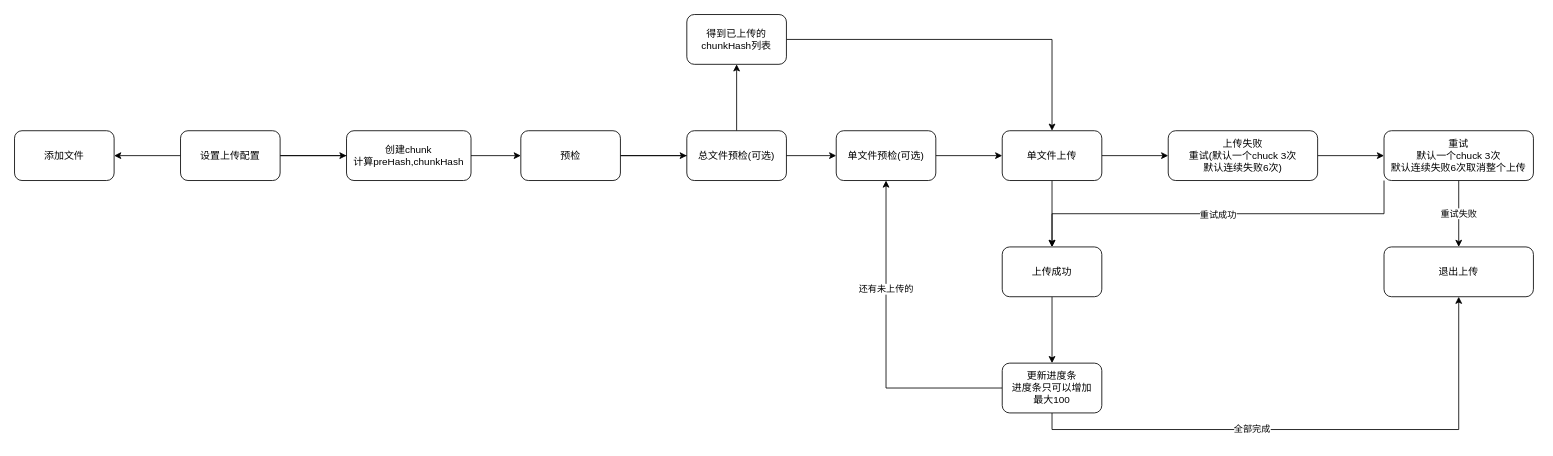
The draw.io diagram 切片上传流程图.drawio in ywenhao/assets, before the edit. Source tidied: cells renumbered, new cells numbered last; positions are measured from the earlier drawing's top-left corner, leaving out a move shared by most shapes. Both pictures are drawn from the tidied source at 83%, with x=0, y=0 at pixel (14, 14).
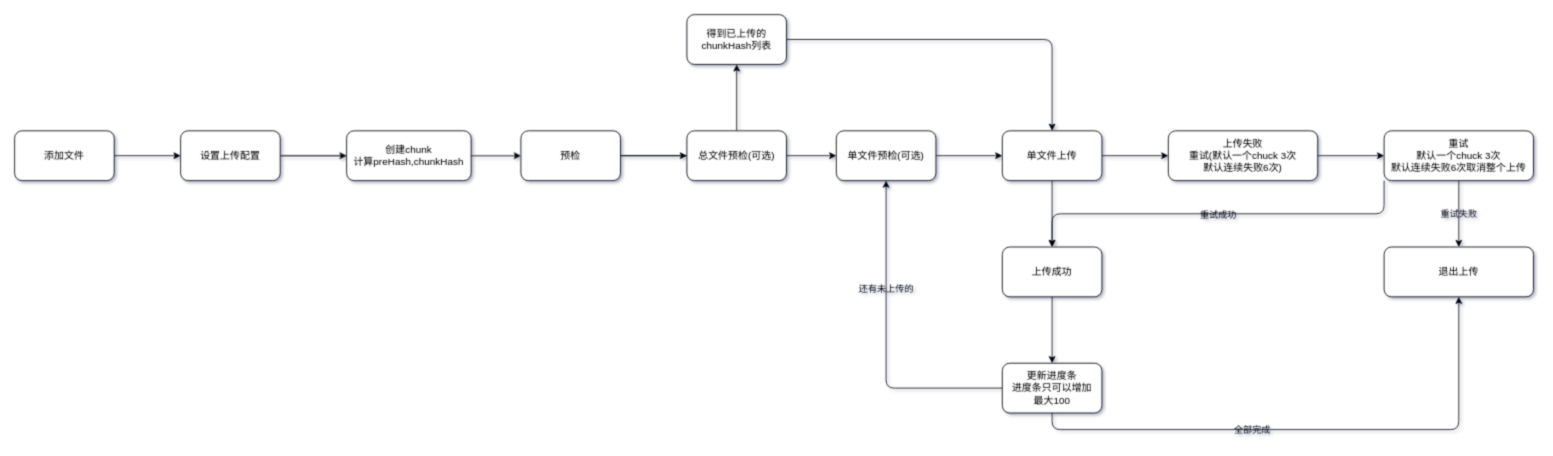
The same diagram, later.

Commit message:
更新切片上传流程图.drawio

What changed in the source:
```diff
@@
-<mxGraphModel>
+<mxGraphModel shadow="1">
@@
-    <mxCell id="2" style="edgeStyle=orthogonalEdgeStyle;rounded=0;jettySize=auto;html=1;" parent="1" edge="1" source="5" target="6">
+    <mxCell id="2" style="edgeStyle=orthogonalEdgeStyle;rounded=1;jettySize=auto;html=1;labelBackgroundColor=none;fontColor=default;" parent="1" edge="1" source="5" target="6">
       <mxGeometry relative="1" as="geometry" />
     </mxCell>
-    <mxCell id="3" style="edgeStyle=orthogonalEdgeStyle;rounded=0;jettySize=auto;html=1;" parent="1" edge="1" source="5" target="9">
+    <mxCell id="3" style="edgeStyle=orthogonalEdgeStyle;rounded=1;jettySize=auto;html=1;labelBackgroundColor=none;fontColor=default;" parent="1" edge="1" source="5" target="9">
       <mxGeometry relative="1" as="geometry" />
     </mxCell>
-    <mxCell id="4" style="edgeStyle=orthogonalEdgeStyle;rounded=0;jettySize=auto;html=1;" parent="1" edge="1" source="5" target="31">
-      <mxGeometry relative="1" as="geometry" />
-    </mxCell>
-    <mxCell id="5" value="设置上传配置" style="rounded=1;whiteSpace=wrap;html=1;direction=west;" parent="1" vertex="1">
+    <mxCell id="5" value="设置上传配置" style="rounded=1;whiteSpace=wrap;html=1;direction=west;labelBackgroundColor=none;" parent="1" vertex="1">
       <mxGeometry x="200" y="140" width="120" height="60" as="geometry" />
     </mxCell>
-    <mxCell id="6" value="创建chunk&lt;br&gt;计算preHash,chunkHash" style="rounded=1;whiteSpace=wrap;html=1;direction=west;" parent="1" vertex="1">
+    <mxCell id="6" value="创建chunk&lt;br&gt;计算preHash,chunkHash" style="rounded=1;whiteSpace=wrap;html=1;direction=west;labelBackgroundColor=none;" parent="1" vertex="1">
       <mxGeometry x="400" y="140" width="150" height="60" as="geometry" />
     </mxCell>
-    <mxCell id="7" style="edgeStyle=orthogonalEdgeStyle;rounded=0;jettySize=auto;html=1;" parent="1" edge="1" source="9" target="11">
+    <mxCell id="7" style="edgeStyle=orthogonalEdgeStyle;rounded=1;jettySize=auto;html=1;labelBackgroundColor=none;fontColor=default;" parent="1" edge="1" source="9" target="11">
       <mxGeometry relative="1" as="geometry">
         <Array as="points">
           <mxPoint x="840" y="170" />
           <mxPoint x="840" y="170" />
         </Array>
       </mxGeometry>
     </mxCell>
-    <mxCell id="8" style="edgeStyle=orthogonalEdgeStyle;rounded=0;jettySize=auto;html=1;" parent="1" edge="1" source="9" target="13">
+    <mxCell id="8" style="edgeStyle=orthogonalEdgeStyle;rounded=1;jettySize=auto;html=1;labelBackgroundColor=none;fontColor=default;" parent="1" edge="1" source="9" target="13">
       <mxGeometry relative="1" as="geometry" />
     </mxCell>
-    <mxCell id="9" value="预检" style="rounded=1;whiteSpace=wrap;html=1;direction=west;" parent="1" vertex="1">
+    <mxCell id="9" value="预检" style="rounded=1;whiteSpace=wrap;html=1;direction=west;labelBackgroundColor=none;" parent="1" vertex="1">
       <mxGeometry x="610" y="140" width="120" height="60" as="geometry" />
     </mxCell>
-    <mxCell id="10" style="edgeStyle=orthogonalEdgeStyle;rounded=0;jettySize=auto;html=1;" parent="1" edge="1" source="11" target="15">
+    <mxCell id="10" style="edgeStyle=orthogonalEdgeStyle;rounded=1;jettySize=auto;html=1;labelBackgroundColor=none;fontColor=default;" parent="1" edge="1" source="11" target="15">
       <mxGeometry relative="1" as="geometry" />
     </mxCell>
-    <mxCell id="11" value="总文件预检(可选)" style="rounded=1;whiteSpace=wrap;html=1;direction=west;" parent="1" vertex="1">
+    <mxCell id="11" value="总文件预检(可选)" style="rounded=1;whiteSpace=wrap;html=1;direction=west;labelBackgroundColor=none;" parent="1" vertex="1">
       <mxGeometry x="810" y="140" width="120" height="60" as="geometry" />
     </mxCell>
-    <mxCell id="12" style="edgeStyle=orthogonalEdgeStyle;rounded=0;jettySize=auto;html=1;" parent="1" edge="1" source="13" target="18">
+    <mxCell id="12" style="edgeStyle=orthogonalEdgeStyle;rounded=1;jettySize=auto;html=1;labelBackgroundColor=none;fontColor=default;" parent="1" edge="1" source="13" target="18">
       <mxGeometry relative="1" as="geometry" />
     </mxCell>
-    <mxCell id="13" value="单文件预检(可选)" style="rounded=1;whiteSpace=wrap;html=1;direction=west;" parent="1" vertex="1">
+    <mxCell id="13" value="单文件预检(可选)" style="rounded=1;whiteSpace=wrap;html=1;direction=west;labelBackgroundColor=none;" parent="1" vertex="1">
       <mxGeometry x="990" y="140" width="120" height="60" as="geometry" />
     </mxCell>
-    <mxCell id="14" style="edgeStyle=orthogonalEdgeStyle;rounded=0;jettySize=auto;html=1;exitX=0;exitY=0.5;exitDx=0;exitDy=0;entryX=0.5;entryY=1;entryDx=0;entryDy=0;" parent="1" edge="1" source="15" target="18">
+    <mxCell id="14" style="edgeStyle=orthogonalEdgeStyle;rounded=1;jettySize=auto;html=1;exitX=0;exitY=0.5;exitDx=0;exitDy=0;entryX=0.5;entryY=1;entryDx=0;entryDy=0;labelBackgroundColor=none;fontColor=default;" parent="1" edge="1" source="15" target="18">
       <mxGeometry relative="1" as="geometry" />
     </mxCell>
-    <mxCell id="15" value="得到已上传的chunkHash列表" style="rounded=1;whiteSpace=wrap;html=1;direction=west;" parent="1" vertex="1">
+    <mxCell id="15" value="得到已上传的chunkHash列表" style="rounded=1;whiteSpace=wrap;html=1;direction=west;labelBackgroundColor=none;" parent="1" vertex="1">
       <mxGeometry x="810" width="120" height="60" as="geometry" />
     </mxCell>
-    <mxCell id="16" style="edgeStyle=orthogonalEdgeStyle;rounded=0;jettySize=auto;html=1;" parent="1" edge="1" source="18" target="20">
+    <mxCell id="16" style="edgeStyle=orthogonalEdgeStyle;rounded=1;jettySize=auto;html=1;labelBackgroundColor=none;fontColor=default;" parent="1" edge="1" source="18" target="20">
       <mxGeometry relative="1" as="geometry" />
     </mxCell>
-    <mxCell id="17" style="edgeStyle=orthogonalEdgeStyle;rounded=0;jettySize=auto;html=1;" parent="1" edge="1" source="18" target="26">
+    <mxCell id="17" style="edgeStyle=orthogonalEdgeStyle;rounded=1;jettySize=auto;html=1;labelBackgroundColor=none;fontColor=default;" parent="1" edge="1" source="18" target="26">
       <mxGeometry relative="1" as="geometry" />
     </mxCell>
-    <mxCell id="18" value="单文件上传" style="rounded=1;whiteSpace=wrap;html=1;direction=west;" parent="1" vertex="1">
+    <mxCell id="18" value="单文件上传" style="rounded=1;whiteSpace=wrap;html=1;direction=west;labelBackgroundColor=none;" parent="1" vertex="1">
       <mxGeometry x="1190" y="140" width="120" height="60" as="geometry" />
     </mxCell>
-    <mxCell id="19" style="edgeStyle=orthogonalEdgeStyle;rounded=0;jettySize=auto;html=1;" parent="1" edge="1" source="20" target="24">
+    <mxCell id="19" style="edgeStyle=orthogonalEdgeStyle;rounded=1;jettySize=auto;html=1;labelBackgroundColor=none;fontColor=default;" parent="1" edge="1" source="20" target="24">
       <mxGeometry relative="1" as="geometry" />
     </mxCell>
-    <mxCell id="20" value="上传失败&lt;br&gt;重试(默认一个chuck 3次&lt;br&gt;默认连续失败6次)" style="rounded=1;whiteSpace=wrap;html=1;direction=west;" parent="1" vertex="1">
+    <mxCell id="20" value="上传失败&lt;br&gt;重试(默认一个chuck 3次&lt;br&gt;默认连续失败6次)" style="rounded=1;whiteSpace=wrap;html=1;direction=west;labelBackgroundColor=none;" parent="1" vertex="1">
       <mxGeometry x="1390" y="140" width="180" height="60" as="geometry" />
     </mxCell>
-    <mxCell id="21" value="重试失败" style="edgeStyle=orthogonalEdgeStyle;rounded=0;jettySize=auto;html=1;" parent="1" edge="1" source="24" target="27">
+    <mxCell id="21" value="重试失败" style="edgeStyle=orthogonalEdgeStyle;rounded=1;jettySize=auto;html=1;labelBackgroundColor=none;fontColor=default;" parent="1" edge="1" source="24" target="27">
       <mxGeometry relative="1" as="geometry" />
     </mxCell>
-    <mxCell id="22" style="edgeStyle=orthogonalEdgeStyle;rounded=0;jettySize=auto;html=1;exitX=1;exitY=0;exitDx=0;exitDy=0;" parent="1" edge="1" source="24" target="26">
+    <mxCell id="22" style="edgeStyle=orthogonalEdgeStyle;rounded=1;jettySize=auto;html=1;exitX=1;exitY=0;exitDx=0;exitDy=0;labelBackgroundColor=none;fontColor=default;" parent="1" edge="1" source="24" target="26">
       <mxGeometry relative="1" as="geometry" />
     </mxCell>
-    <mxCell id="23" value="重试成功" style="edgeLabel;html=1;align=center;verticalAlign=middle;" parent="22" vertex="1">
+    <mxCell id="23" value="重试成功" style="edgeLabel;html=1;align=center;verticalAlign=middle;rounded=1;labelBackgroundColor=none;" parent="22" vertex="1">
       <mxGeometry x="-0.05" y="1" relative="1" as="geometry">
         <mxPoint x="-13" as="offset" />
       </mxGeometry>
     </mxCell>
-    <mxCell id="24" value="重试&lt;br&gt;默认一个chuck 3次&lt;br&gt;默认连续失败6次取消整个上传" style="rounded=1;whiteSpace=wrap;html=1;direction=west;" parent="1" vertex="1">
+    <mxCell id="24" value="重试&lt;br&gt;默认一个chuck 3次&lt;br&gt;默认连续失败6次取消整个上传" style="rounded=1;whiteSpace=wrap;html=1;direction=west;labelBackgroundColor=none;" parent="1" vertex="1">
       <mxGeometry x="1650" y="140" width="180" height="60" as="geometry" />
     </mxCell>
-    <mxCell id="25" style="edgeStyle=orthogonalEdgeStyle;rounded=0;jettySize=auto;html=1;" parent="1" edge="1" source="26" target="30">
+    <mxCell id="25" style="edgeStyle=orthogonalEdgeStyle;rounded=1;jettySize=auto;html=1;labelBackgroundColor=none;fontColor=default;" parent="1" edge="1" source="26" target="30">
       <mxGeometry relative="1" as="geometry" />
     </mxCell>
-    <mxCell id="26" value="上传成功" style="rounded=1;whiteSpace=wrap;html=1;direction=west;" parent="1" vertex="1">
+    <mxCell id="26" value="上传成功" style="rounded=1;whiteSpace=wrap;html=1;direction=west;labelBackgroundColor=none;" parent="1" vertex="1">
       <mxGeometry x="1190" y="280" width="120" height="60" as="geometry" />
     </mxCell>
-    <mxCell id="27" value="退出上传" style="rounded=1;whiteSpace=wrap;html=1;direction=west;" parent="1" vertex="1">
+    <mxCell id="27" value="退出上传" style="rounded=1;whiteSpace=wrap;html=1;direction=west;labelBackgroundColor=none;" parent="1" vertex="1">
       <mxGeometry x="1650" y="280" width="180" height="60" as="geometry" />
     </mxCell>
-    <mxCell id="28" value="全部完成" style="edgeStyle=orthogonalEdgeStyle;rounded=0;jettySize=auto;html=1;exitX=0.5;exitY=0;exitDx=0;exitDy=0;entryX=0.5;entryY=0;entryDx=0;entryDy=0;" parent="1" edge="1" source="30" target="27">
+    <mxCell id="28" value="全部完成" style="edgeStyle=orthogonalEdgeStyle;rounded=1;jettySize=auto;html=1;exitX=0.5;exitY=0;exitDx=0;exitDy=0;entryX=0.5;entryY=0;entryDx=0;entryDy=0;labelBackgroundColor=none;fontColor=default;" parent="1" edge="1" source="30" target="27">
       <mxGeometry x="-0.22" relative="1" as="geometry" />
     </mxCell>
-    <mxCell id="29" value="还有未上传的" style="edgeStyle=orthogonalEdgeStyle;rounded=0;jettySize=auto;html=1;exitX=1;exitY=0.5;exitDx=0;exitDy=0;entryX=0.5;entryY=0;entryDx=0;entryDy=0;" parent="1" edge="1" source="30" target="13">
+    <mxCell id="29" value="还有未上传的" style="edgeStyle=orthogonalEdgeStyle;rounded=1;jettySize=auto;html=1;exitX=1;exitY=0.5;exitDx=0;exitDy=0;entryX=0.5;entryY=0;entryDx=0;entryDy=0;labelBackgroundColor=none;fontColor=default;" parent="1" edge="1" source="30" target="13">
       <mxGeometry x="0.33" relative="1" as="geometry" />
     </mxCell>
-    <mxCell id="30" value="更新进度条&lt;br&gt;进度条只可以增加&lt;br&gt;最大100" style="rounded=1;whiteSpace=wrap;html=1;direction=west;" parent="1" vertex="1">
+    <mxCell id="30" value="更新进度条&lt;br&gt;进度条只可以增加&lt;br&gt;最大100" style="rounded=1;whiteSpace=wrap;html=1;direction=west;labelBackgroundColor=none;" parent="1" vertex="1">
       <mxGeometry x="1190" y="420" width="120" height="60" as="geometry" />
     </mxCell>
+    <mxCell id="32" style="edgeStyle=orthogonalEdgeStyle;rounded=1;jettySize=auto;html=1;exitX=0;exitY=0.5;exitDx=0;exitDy=0;entryX=1;entryY=0.5;entryDx=0;entryDy=0;labelBackgroundColor=none;fontColor=default;" parent="1" edge="1" source="31" target="5">
+      <mxGeometry relative="1" as="geometry" />
+    </mxCell>
-    <mxCell id="31" value="添加文件" style="rounded=1;whiteSpace=wrap;html=1;direction=west;" parent="1" vertex="1">
+    <mxCell id="31" value="添加文件" style="rounded=1;whiteSpace=wrap;html=1;direction=west;labelBackgroundColor=none;" parent="1" vertex="1">
       <mxGeometry y="140" width="120" height="60" as="geometry" />
     </mxCell>
```
